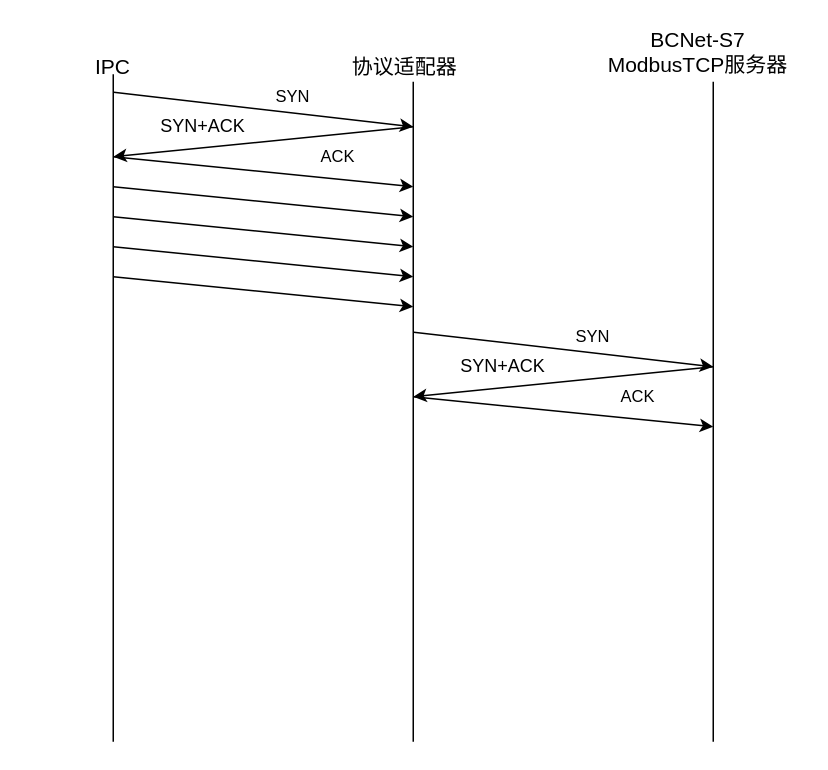
Earlier version of the draw.io diagram Untitled Diagram.drawio (kanghealth1995/hello-world). Source tidied: cells renumbered, new cells numbered last; positions are measured from the earlier drawing's top-left corner, leaving out a move shared by most shapes. Both pictures are drawn from the tidied source at 150%, with x=0, y=0 at pixel (82, 36).
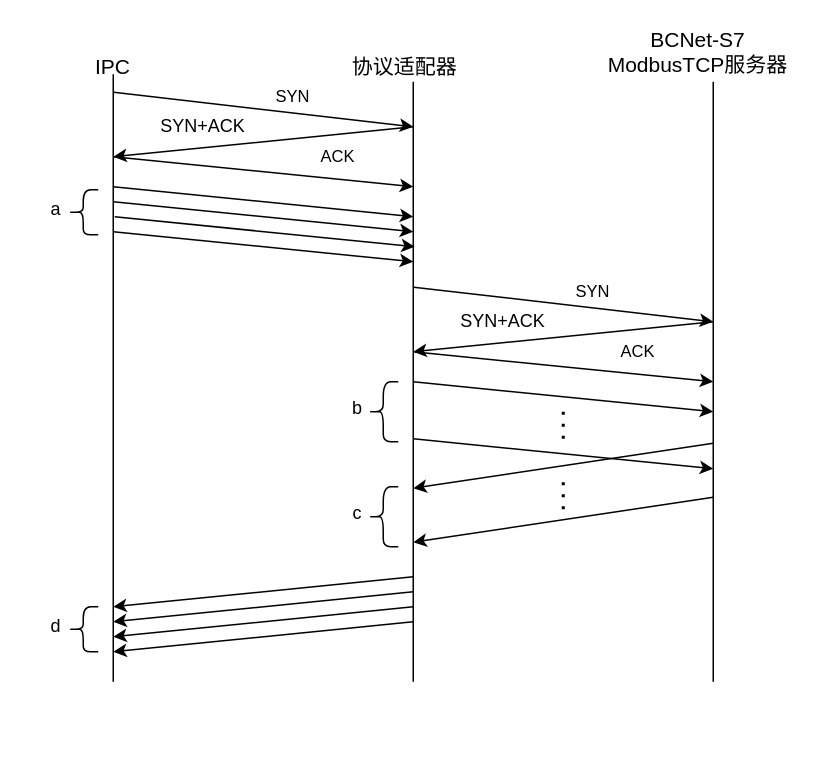
After the change.

Commit message:
通信流程图

The edit, as a diff of the source:
```diff
@@
     <mxCell id="2" style="endArrow=none;html=1;" parent="1" edge="1">
       <mxGeometry relative="1" as="geometry">
-        <mxPoint x="220" y="470" as="sourcePoint" />
+        <mxPoint x="220" y="430" as="sourcePoint" />
         <mxPoint x="220" y="30" as="targetPoint" />
       </mxGeometry>
     </mxCell>
     <mxCell id="3" style="endArrow=none;html=1;" parent="1" edge="1">
       <mxGeometry relative="1" as="geometry">
-        <mxPoint x="20" y="470" as="sourcePoint" />
+        <mxPoint x="20" y="430" as="sourcePoint" />
         <mxPoint x="20" y="25" as="targetPoint" />
       </mxGeometry>
     </mxCell>
     <mxCell id="4" style="endArrow=none;html=1;" parent="1" edge="1">
       <mxGeometry relative="1" as="geometry">
-        <mxPoint x="420" y="470" as="sourcePoint" />
+        <mxPoint x="420" y="430" as="sourcePoint" />
         <mxPoint x="420" y="30" as="targetPoint" />
       </mxGeometry>
     </mxCell>
@@
     <mxCell id="14" style="endArrow=classic;html=1;exitX=0.508;exitY=1.35;exitDx=0;exitDy=0;exitPerimeter=0;" parent="1" edge="1">
       <mxGeometry relative="1" as="geometry">
-        <mxPoint x="220.3" y="197" as="sourcePoint" />
-        <mxPoint x="420" y="220" as="targetPoint" />
+        <mxPoint x="220.3" y="167" as="sourcePoint" />
+        <mxPoint x="420" y="190" as="targetPoint" />
       </mxGeometry>
     </mxCell>
     <mxCell id="15" style="endArrow=classic;html=1;" parent="1" edge="1">
       <mxGeometry relative="1" as="geometry">
-        <mxPoint x="420" y="220" as="sourcePoint" />
-        <mxPoint x="220" y="240" as="targetPoint" />
+        <mxPoint x="420" y="190" as="sourcePoint" />
+        <mxPoint x="220" y="210" as="targetPoint" />
       </mxGeometry>
     </mxCell>
     <mxCell id="16" style="endArrow=classic;html=1;" parent="1" edge="1">
       <mxGeometry relative="1" as="geometry">
-        <mxPoint x="220" y="240" as="sourcePoint" />
-        <mxPoint x="420" y="260" as="targetPoint" />
+        <mxPoint x="220" y="210" as="sourcePoint" />
+        <mxPoint x="420" y="230" as="targetPoint" />
       </mxGeometry>
     </mxCell>
     <mxCell id="17" value="&lt;font style=&quot;font-size: 11px&quot;&gt;ACK&lt;br&gt;&lt;/font&gt;" style="text;html=1;strokeColor=none;fillColor=none;align=center;verticalAlign=middle;whiteSpace=wrap;rounded=0;" parent="1" vertex="1">
-      <mxGeometry x="350" y="230" width="40" height="20" as="geometry" />
+      <mxGeometry x="350" y="200" width="40" height="20" as="geometry" />
     </mxCell>
     <mxCell id="18" value="SYN+ACK" style="text;html=1;strokeColor=none;fillColor=none;align=center;verticalAlign=middle;whiteSpace=wrap;rounded=0;" parent="1" vertex="1">
-      <mxGeometry x="260" y="210" width="40" height="20" as="geometry" />
+      <mxGeometry x="260" y="180" width="40" height="20" as="geometry" />
     </mxCell>
     <mxCell id="19" value="&lt;font style=&quot;font-size: 11px&quot;&gt;SYN&lt;/font&gt;" style="text;html=1;strokeColor=none;fillColor=none;align=center;verticalAlign=middle;whiteSpace=wrap;rounded=0;" parent="1" vertex="1">
-      <mxGeometry x="320" y="190" width="40" height="20" as="geometry" />
+      <mxGeometry x="320" y="160" width="40" height="20" as="geometry" />
     </mxCell>
@@
     <mxCell id="21" style="endArrow=classic;html=1;" parent="1" edge="1">
       <mxGeometry relative="1" as="geometry">
-        <mxPoint x="20" y="120" as="sourcePoint" />
-        <mxPoint x="220" y="140" as="targetPoint" />
+        <mxPoint x="21" y="120" as="sourcePoint" />
+        <mxPoint x="221" y="140" as="targetPoint" />
       </mxGeometry>
     </mxCell>
     <mxCell id="22" style="endArrow=classic;html=1;" parent="1" edge="1">
       <mxGeometry relative="1" as="geometry">
-        <mxPoint x="20" y="140" as="sourcePoint" />
-        <mxPoint x="220" y="160" as="targetPoint" />
+        <mxPoint x="20" y="110" as="sourcePoint" />
+        <mxPoint x="220" y="130" as="targetPoint" />
       </mxGeometry>
     </mxCell>
     <mxCell id="23" style="endArrow=classic;html=1;" parent="1" edge="1">
       <mxGeometry relative="1" as="geometry">
-        <mxPoint x="20" y="160" as="sourcePoint" />
-        <mxPoint x="220" y="180" as="targetPoint" />
+        <mxPoint x="20" y="130" as="sourcePoint" />
+        <mxPoint x="220" y="150" as="targetPoint" />
       </mxGeometry>
     </mxCell>
+    <mxCell id="24" style="endArrow=classic;html=1;" parent="1" edge="1">
+      <mxGeometry relative="1" as="geometry">
+        <mxPoint x="220" y="230" as="sourcePoint" />
+        <mxPoint x="420" y="250" as="targetPoint" />
+      </mxGeometry>
+    </mxCell>
+    <mxCell id="25" style="endArrow=classic;html=1;" parent="1" edge="1">
+      <mxGeometry relative="1" as="geometry">
+        <mxPoint x="220" y="268" as="sourcePoint" />
+        <mxPoint x="420" y="288" as="targetPoint" />
+      </mxGeometry>
+    </mxCell>
+    <mxCell id="26" style="endArrow=classic;html=1;" parent="1" edge="1">
+      <mxGeometry relative="1" as="geometry">
+        <mxPoint x="420" y="271" as="sourcePoint" />
+        <mxPoint x="220" y="301" as="targetPoint" />
+      </mxGeometry>
+    </mxCell>
+    <mxCell id="27" style="endArrow=classic;html=1;" parent="1" edge="1">
+      <mxGeometry relative="1" as="geometry">
+        <mxPoint x="420" y="307" as="sourcePoint" />
+        <mxPoint x="220" y="337" as="targetPoint" />
+      </mxGeometry>
+    </mxCell>
+    <mxCell id="28" style="shape=curlyBracket;whiteSpace=wrap;html=1;rounded=1;size=0.5;" parent="1" vertex="1">
+      <mxGeometry x="-10" y="102" width="20" height="30" as="geometry" />
+    </mxCell>
+    <mxCell id="29" value="&lt;font style=&quot;font-size: 12px&quot;&gt;a&lt;/font&gt;" style="text;html=1;strokeColor=none;fillColor=none;align=center;verticalAlign=middle;whiteSpace=wrap;rounded=0;" parent="1" vertex="1">
+      <mxGeometry x="-38" y="105" width="40" height="20" as="geometry" />
+    </mxCell>
+    <mxCell id="30" style="shape=curlyBracket;whiteSpace=wrap;html=1;rounded=1;size=0.5;" parent="1" vertex="1">
+      <mxGeometry x="190" y="230" width="20" height="40" as="geometry" />
+    </mxCell>
+    <mxCell id="31" style="endArrow=none;dashed=1;html=1;dashPattern=1 3;strokeWidth=2;" parent="1" edge="1">
+      <mxGeometry relative="1" as="geometry">
+        <mxPoint x="320" y="268" as="sourcePoint" />
+        <mxPoint x="320" y="248" as="targetPoint" />
+        <Array as="points">
+          <mxPoint x="320" y="268" />
+        </Array>
+      </mxGeometry>
+    </mxCell>
+    <mxCell id="32" style="endArrow=none;dashed=1;html=1;dashPattern=1 3;strokeWidth=2;" parent="1" edge="1">
+      <mxGeometry relative="1" as="geometry">
+        <mxPoint x="320" y="297" as="sourcePoint" />
+        <mxPoint x="320" y="317" as="targetPoint" />
+      </mxGeometry>
+    </mxCell>
+    <mxCell id="33" style="endArrow=classic;html=1;" parent="1" edge="1">
+      <mxGeometry relative="1" as="geometry">
+        <mxPoint x="220" y="360" as="sourcePoint" />
+        <mxPoint x="20" y="380" as="targetPoint" />
+      </mxGeometry>
+    </mxCell>
+    <mxCell id="34" value="b" style="text;html=1;strokeColor=none;fillColor=none;align=center;verticalAlign=middle;whiteSpace=wrap;rounded=0;" parent="1" vertex="1">
+      <mxGeometry x="163" y="238" width="40" height="20" as="geometry" />
+    </mxCell>
+    <mxCell id="35" style="shape=curlyBracket;whiteSpace=wrap;html=1;rounded=1;size=0.5;" parent="1" vertex="1">
+      <mxGeometry x="190" y="300" width="20" height="40" as="geometry" />
+    </mxCell>
+    <mxCell id="36" value="c" style="text;html=1;strokeColor=none;fillColor=none;align=center;verticalAlign=middle;whiteSpace=wrap;rounded=0;" parent="1" vertex="1">
+      <mxGeometry x="163" y="308" width="40" height="20" as="geometry" />
+    </mxCell>
+    <mxCell id="37" style="endArrow=classic;html=1;" parent="1" edge="1">
+      <mxGeometry relative="1" as="geometry">
+        <mxPoint x="220" y="370" as="sourcePoint" />
+        <mxPoint x="20" y="390" as="targetPoint" />
+      </mxGeometry>
+    </mxCell>
+    <mxCell id="38" style="endArrow=classic;html=1;" parent="1" edge="1">
+      <mxGeometry relative="1" as="geometry">
+        <mxPoint x="220" y="380" as="sourcePoint" />
+        <mxPoint x="20" y="400" as="targetPoint" />
+      </mxGeometry>
+    </mxCell>
+    <mxCell id="39" style="endArrow=classic;html=1;" parent="1" edge="1">
+      <mxGeometry relative="1" as="geometry">
+        <mxPoint x="220" y="390" as="sourcePoint" />
+        <mxPoint x="20" y="410" as="targetPoint" />
+      </mxGeometry>
+    </mxCell>
+    <mxCell id="40" style="shape=curlyBracket;whiteSpace=wrap;html=1;rounded=1;size=0.5;" parent="1" vertex="1">
+      <mxGeometry x="-10" y="380" width="20" height="30" as="geometry" />
+    </mxCell>
+    <mxCell id="41" value="&lt;font style=&quot;font-size: 12px&quot;&gt;d&lt;/font&gt;" style="text;html=1;strokeColor=none;fillColor=none;align=center;verticalAlign=middle;whiteSpace=wrap;rounded=0;" parent="1" vertex="1">
+      <mxGeometry x="-38" y="383" width="40" height="20" as="geometry" />
+    </mxCell>
```
